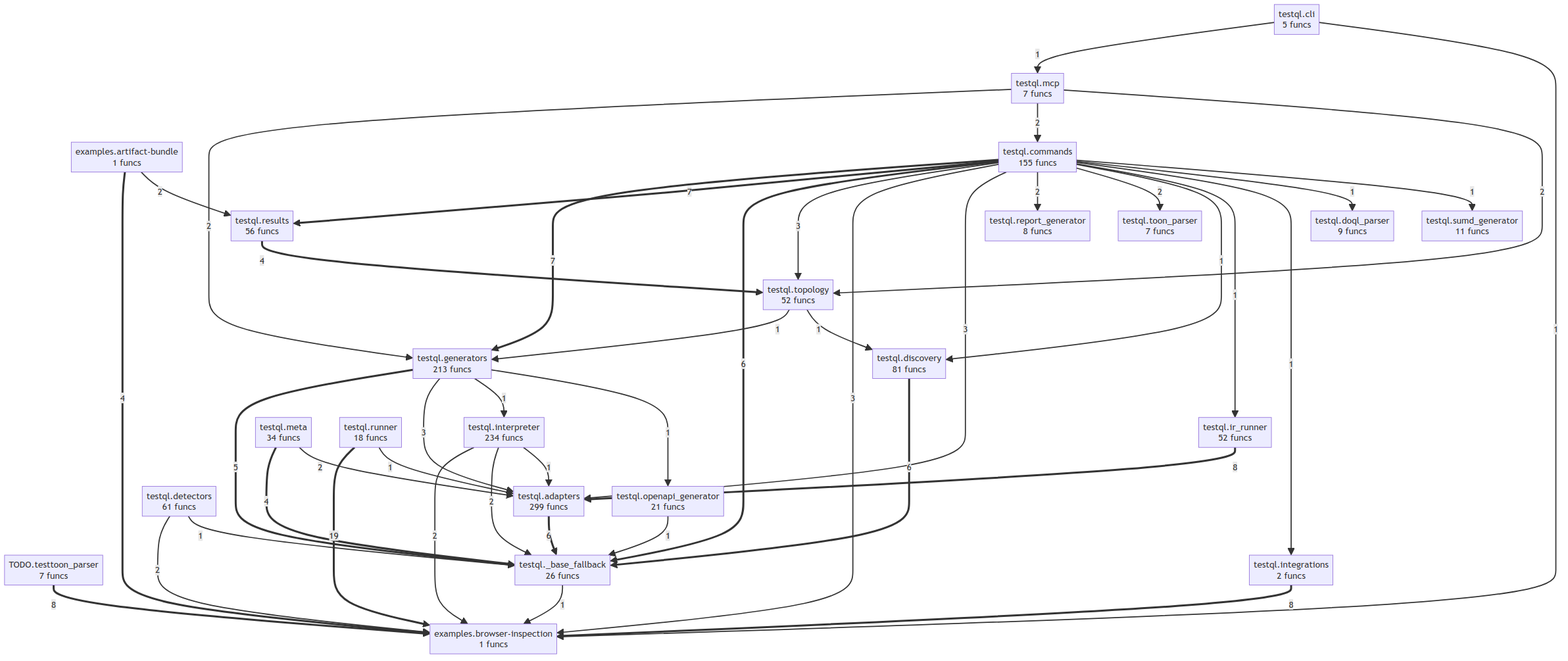
Above: project/compact_flow.png in oqlos/testql (Mermaid), before the change. Its source is kept beside it as project/compact_flow.mmd.
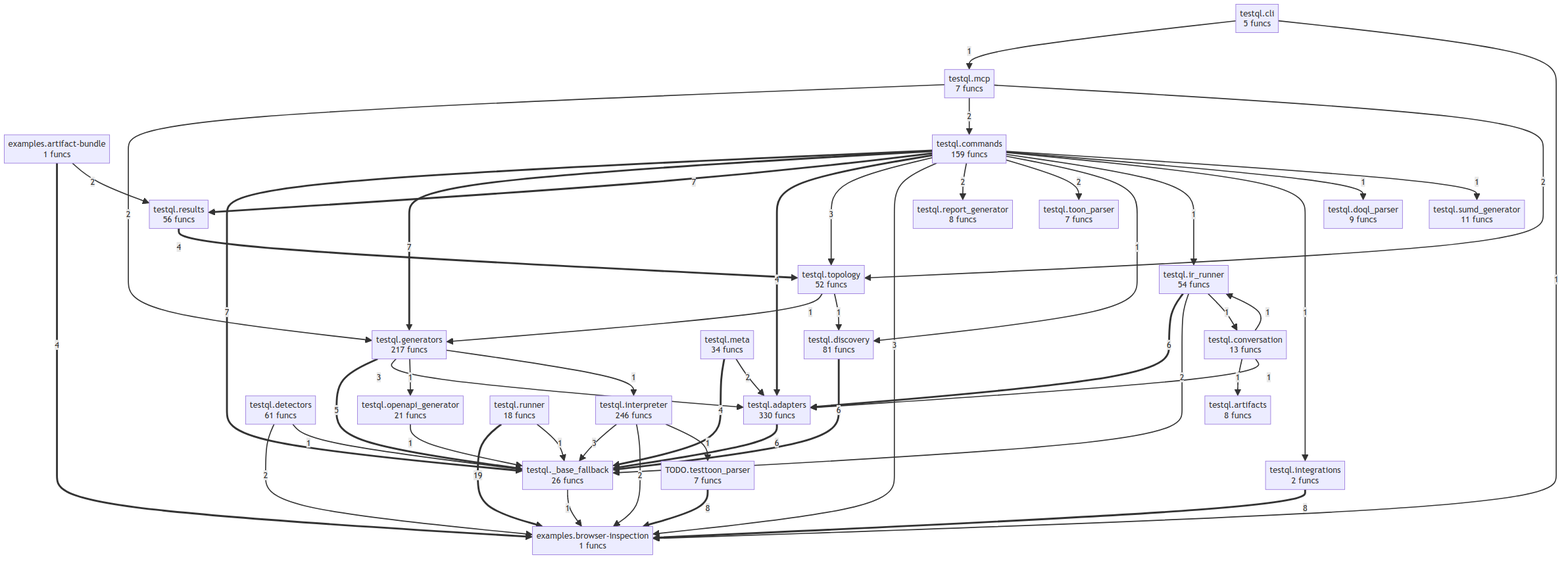
The same file after the commit.

Change to the diagram source:
```diff
@@ -3,16 +3,18 @@
     examples__artifact_bundle["examples.artifact-bundle<br/>1 funcs"]
     examples__browser_inspection["examples.browser-inspection<br/>1 funcs"]
     testql___base_fallback["testql._base_fallback<br/>26 funcs"]
-    testql__adapters["testql.adapters<br/>299 funcs"]
+    testql__adapters["testql.adapters<br/>330 funcs"]
+    testql__artifacts["testql.artifacts<br/>8 funcs"]
     testql__cli["testql.cli<br/>5 funcs"]
-    testql__commands["testql.commands<br/>155 funcs"]
+    testql__commands["testql.commands<br/>159 funcs"]
+    testql__conversation["testql.conversation<br/>13 funcs"]
     testql__detectors["testql.detectors<br/>61 funcs"]
     testql__discovery["testql.discovery<br/>81 funcs"]
     testql__doql_parser["testql.doql_parser<br/>9 funcs"]
-    testql__generators["testql.generators<br/>213 funcs"]
+    testql__generators["testql.generators<br/>217 funcs"]
     testql__integrations["testql.integrations<br/>2 funcs"]
-    testql__interpreter["testql.interpreter<br/>234 funcs"]
-    testql__ir_runner["testql.ir_runner<br/>52 funcs"]
+    testql__interpreter["testql.interpreter<br/>246 funcs"]
+    testql__ir_runner["testql.ir_runner<br/>54 funcs"]
     testql__mcp["testql.mcp<br/>7 funcs"]
     testql__meta["testql.meta<br/>34 funcs"]
     testql__openapi_generator["testql.openapi_generator<br/>21 funcs"]
@@ -24,44 +26,49 @@
     testql__topology["testql.topology<br/>52 funcs"]
     testql__runner ==>|19| examples__browser_inspection
     TODO__testtoon_parser ==>|8| examples__browser_inspection
-    testql__ir_runner ==>|8| testql__adapters
     testql__integrations ==>|8| examples__browser_inspection
+    testql__commands ==>|7| testql___base_fallback
     testql__commands ==>|7| testql__generators
     testql__commands ==>|7| testql__results
-    testql__commands ==>|6| testql___base_fallback
     testql__discovery ==>|6| testql___base_fallback
     testql__adapters ==>|6| testql___base_fallback
+    testql__ir_runner ==>|6| testql__adapters
     testql__generators ==>|5| testql___base_fallback
     examples__artifact_bundle ==>|4| examples__browser_inspection
+    testql__commands ==>|4| testql__adapters
     testql__results ==>|4| testql__topology
     testql__meta ==>|4| testql___base_fallback
     testql__commands -->|3| testql__topology
     testql__commands -->|3| examples__browser_inspection
-    testql__commands -->|3| testql__adapters
+    testql__interpreter -->|3| testql___base_fallback
     testql__generators -->|3| testql__adapters
     examples__artifact_bundle -->|2| testql__results
     testql__commands -->|2| testql__report_generator
     testql__commands -->|2| testql__toon_parser
     testql__interpreter -->|2| examples__browser_inspection
-    testql__interpreter -->|2| testql___base_fallback
     testql__mcp -->|2| testql__generators
     testql__mcp -->|2| testql__commands
     testql__mcp -->|2| testql__topology
     testql__meta -->|2| testql__adapters
     testql__detectors -->|2| examples__browser_inspection
+    testql__ir_runner -->|2| testql___base_fallback
+    testql__cli -->|1| testql__mcp
+    testql__cli -->|1| examples__browser_inspection
+    testql__runner -->|1| testql___base_fallback
+    testql__openapi_generator -->|1| testql___base_fallback
+    testql___base_fallback -->|1| examples__browser_inspection
     testql__commands -->|1| testql__discovery
     testql__commands -->|1| testql__ir_runner
-    testql__cli -->|1| testql__mcp
-    testql__cli -->|1| examples__browser_inspection
     testql__commands -->|1| testql__integrations
     testql__commands -->|1| testql__doql_parser
     testql__commands -->|1| testql__sumd_generator
-    testql__openapi_generator -->|1| testql___base_fallback
+    testql__interpreter -->|1| TODO__testtoon_parser
+    testql__conversation -->|1| testql__artifacts
+    testql__conversation -->|1| testql__adapters
+    testql__conversation -->|1| testql__ir_runner
+    testql__generators -->|1| testql__openapi_generator
     testql__generators -->|1| testql__interpreter
-    testql__generators -->|1| testql__openapi_generator
     testql__detectors -->|1| testql___base_fallback
-    testql__interpreter -->|1| testql__adapters
-    testql__runner -->|1| testql__adapters
+    testql__ir_runner -->|1| testql__conversation
     testql__topology -->|1| testql__generators
     testql__topology -->|1| testql__discovery
-    testql___base_fallback -->|1| examples__browser_inspection
```
